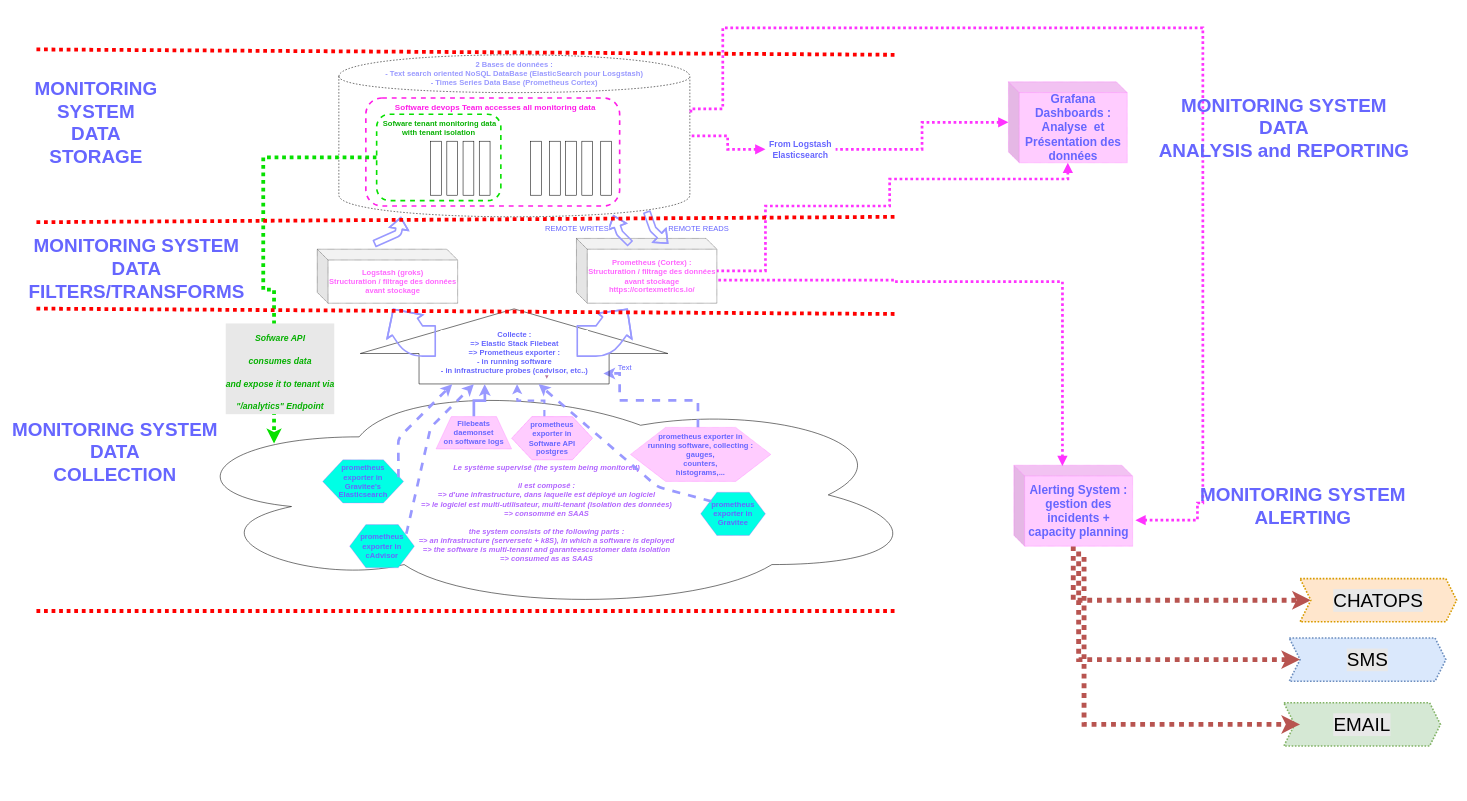
Jean-Baptiste-Lasselle/for-fellow-developers keeps this draw.io diagram as docuementation/impr.ecrans/monitoring/monitoring-system-high-level.drawio. Above is the earlier version. Source tidied: cells renumbered, new cells numbered last; positions are measured from the earlier drawing's top-left corner, leaving out a move shared by most shapes. Both pictures are drawn from the tidied source at 54%, with x=0, y=0 at pixel (9, 28).
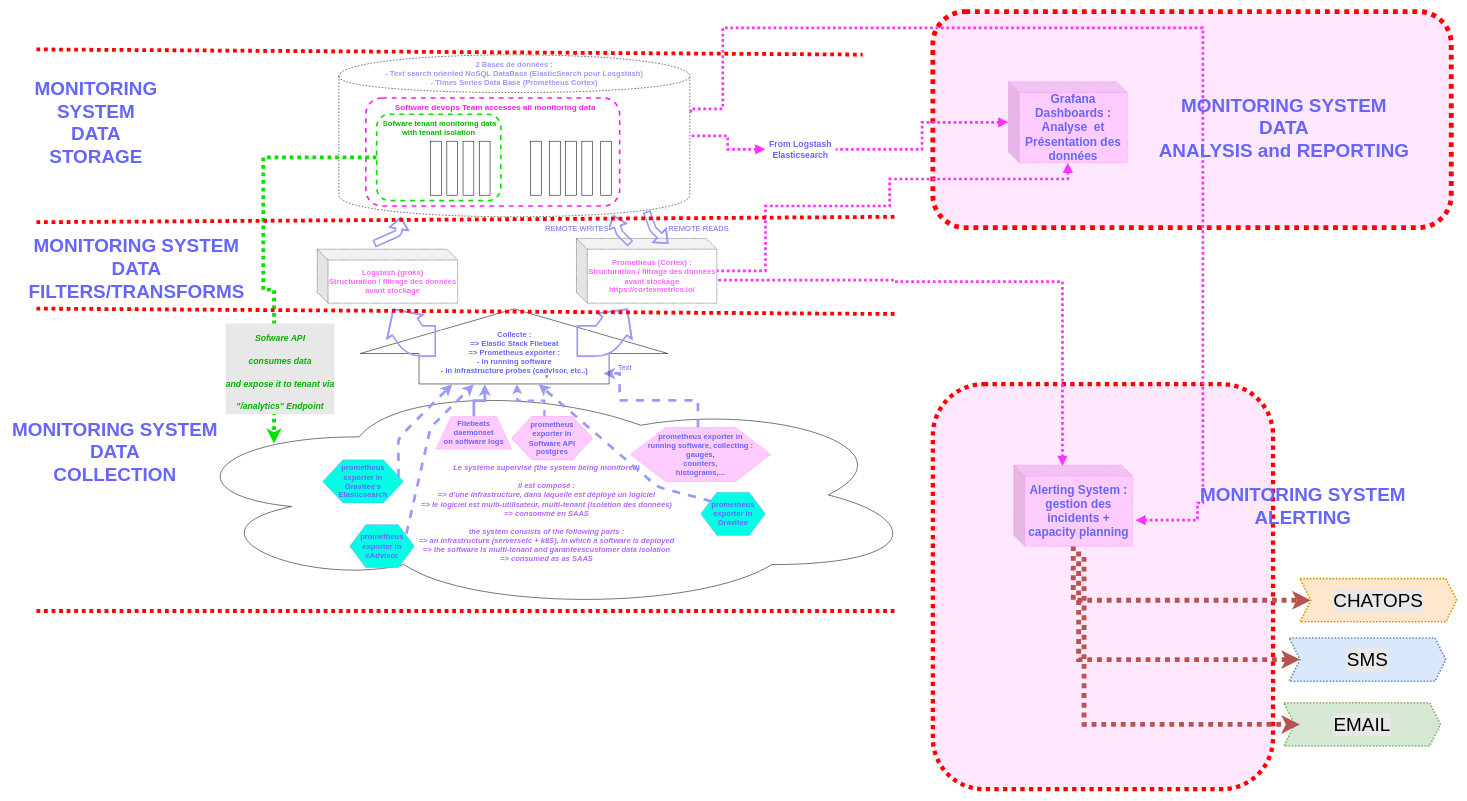
Above is the later version.

Diff of the diagram source:
```diff
@@
+    <mxCell id="67" style="rounded=1;whiteSpace=wrap;html=1;dashed=1;dashPattern=1 1;labelBackgroundColor=#E8E8E8;strokeColor=#FF0000;strokeWidth=8;fillColor=#FFE8FE;fontSize=35;fontColor=#FF1CE8;" parent="1" vertex="1">
+      <mxGeometry x="1710" y="660" width="630" height="750" as="geometry" />
+    </mxCell>
+    <mxCell id="68" style="rounded=1;whiteSpace=wrap;html=1;dashed=1;dashPattern=1 1;labelBackgroundColor=#E8E8E8;strokeColor=#FF0000;strokeWidth=9;fillColor=#FFE8FE;fontSize=35;fontColor=#FF1CE8;" parent="1" vertex="1">
+      <mxGeometry x="1710" y="-30" width="960" height="400" as="geometry" />
+    </mxCell>
@@
     <mxCell id="46" style="endArrow=none;dashed=1;html=1;strokeColor=#FF0000;strokeWidth=7;fontSize=14;fontColor=#6666FF;dashPattern=1 1;" parent="1" edge="1">
       <mxGeometry relative="1" as="geometry">
         <mxPoint x="50" y="40" as="sourcePoint" />
-        <mxPoint x="1640" y="50" as="targetPoint" />
+        <mxPoint x="1580" y="49.6" as="targetPoint" />
       </mxGeometry>
     </mxCell>
```
